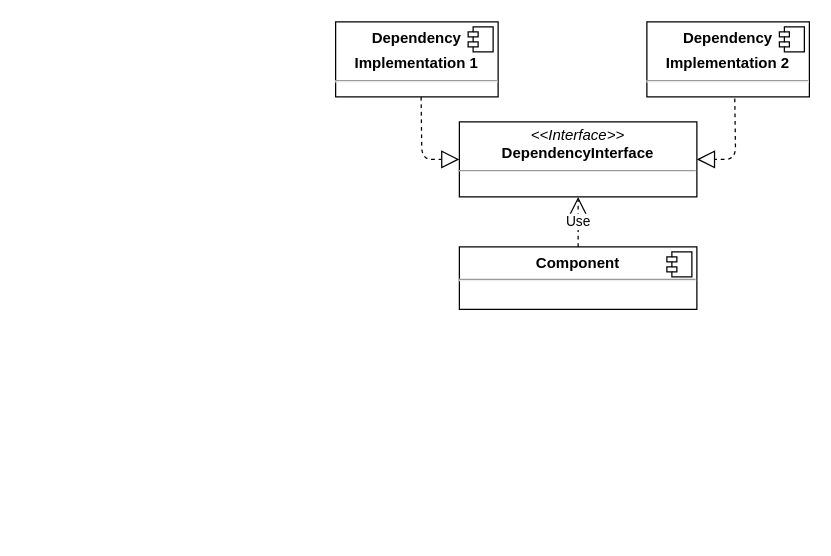
The draw.io diagram content/posts/094-dependencies/diagrams/volatile.drawio in panzerdp/dmitripavlutin.com, before the edit. Source tidied: cells renumbered, new cells numbered last; positions are measured from the earlier drawing's top-left corner, leaving out a move shared by most shapes. Both pictures are drawn from the tidied source at 125%, with x=0, y=0 at pixel (335, 21).
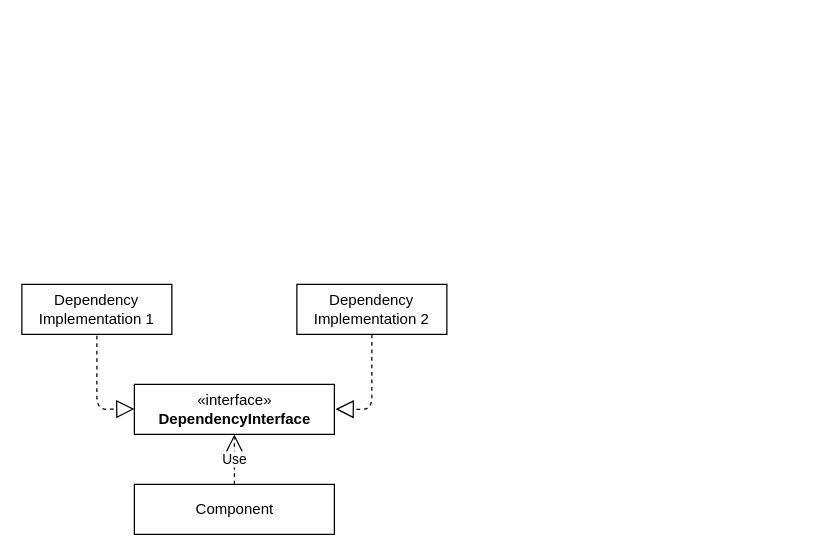
After the change.

Diff of the diagram source:
```diff
@@
 <mxGraphModel>
   <root>
     <mxCell id="0" />
     <mxCell id="1" parent="0" />
-    <mxCell id="2" value="&lt;p style=&quot;margin: 0px ; margin-top: 4px ; text-align: center&quot;&gt;&lt;i&gt;&amp;lt;&amp;lt;Interface&amp;gt;&amp;gt;&lt;/i&gt;&lt;br&gt;&lt;b&gt;DependencyInterface&lt;/b&gt;&lt;/p&gt;&lt;hr size=&quot;1&quot;&gt;" style="verticalAlign=top;align=left;overflow=fill;fontSize=12;fontFamily=Helvetica;html=1;" parent="1" vertex="1">
-      <mxGeometry x="99" y="80" width="190" height="60" as="geometry" />
-    </mxCell>
-    <mxCell id="3" value="&lt;p style=&quot;margin: 0px ; margin-top: 6px ; text-align: center&quot;&gt;&lt;b&gt;Component&lt;/b&gt;&lt;/p&gt;&lt;hr&gt;&lt;p style=&quot;margin: 0px ; margin-left: 8px&quot;&gt;&lt;br&gt;&lt;/p&gt;" style="align=left;overflow=fill;html=1;" parent="1" vertex="1">
-      <mxGeometry x="99" y="180" width="190" height="50" as="geometry" />
+    <mxCell id="3" value="Component" style="html=1;" parent="1" vertex="1">
+      <mxGeometry x="-161" y="370" width="160" height="40" as="geometry" />
     </mxCell>
-    <mxCell id="4" style="shape=component;jettyWidth=8;jettyHeight=4;" parent="3" vertex="1">
-      <mxGeometry x="1" width="20" height="20" relative="1" as="geometry">
-        <mxPoint x="-24" y="4" as="offset" />
-      </mxGeometry>
-    </mxCell>
+    <mxCell id="12" value="«interface»&lt;br&gt;&lt;b&gt;DependencyInterface&lt;/b&gt;" style="html=1;" parent="1" vertex="1">
+      <mxGeometry x="-161" y="290" width="160" height="40" as="geometry" />
+    </mxCell>
+    <mxCell id="6" value="Dependency Implementation 1" style="html=1;whiteSpace=wrap;" parent="1" vertex="1">
+      <mxGeometry x="-251" y="210" width="120" height="40" as="geometry" />
+    </mxCell>
+    <mxCell id="8" value="Dependency Implementation 2" style="html=1;whiteSpace=wrap;" parent="1" vertex="1">
+      <mxGeometry x="-31" y="210" width="120" height="40" as="geometry" />
+    </mxCell>
-    <mxCell id="5" value="Use" style="endArrow=open;endSize=12;dashed=1;html=1;entryX=0.5;entryY=1;entryDx=0;entryDy=0;" parent="1" edge="1" source="3" target="2">
+    <mxCell id="5" value="Use" style="endArrow=open;endSize=12;dashed=1;html=1;entryX=0.5;entryY=1;entryDx=0;entryDy=0;" parent="1" edge="1" source="3" target="12">
       <mxGeometry relative="1" as="geometry" />
     </mxCell>
-    <mxCell id="6" value="&lt;p style=&quot;margin: 0px ; margin-top: 6px ; text-align: center&quot;&gt;&lt;b&gt;Dependency &lt;br&gt;&lt;/b&gt;&lt;/p&gt;&lt;p style=&quot;margin: 0px ; margin-top: 6px ; text-align: center&quot;&gt;&lt;b&gt;Implementation 1&lt;/b&gt;&lt;br&gt;&lt;/p&gt;&lt;hr&gt;&lt;p style=&quot;margin: 0px ; margin-left: 8px&quot;&gt;&lt;br&gt;&lt;/p&gt;" style="align=left;overflow=fill;html=1;" parent="1" vertex="1">
-      <mxGeometry width="130" height="60" as="geometry" />
-    </mxCell>
-    <mxCell id="7" style="shape=component;jettyWidth=8;jettyHeight=4;" parent="6" vertex="1">
-      <mxGeometry x="1" width="20" height="20" relative="1" as="geometry">
-        <mxPoint x="-24" y="4" as="offset" />
-      </mxGeometry>
-    </mxCell>
-    <mxCell id="8" value="&lt;p style=&quot;margin: 0px ; margin-top: 6px ; text-align: center&quot;&gt;&lt;b&gt;Dependency &lt;br&gt;&lt;/b&gt;&lt;/p&gt;&lt;p style=&quot;margin: 0px ; margin-top: 6px ; text-align: center&quot;&gt;&lt;b&gt;Implementation 2&lt;/b&gt;&lt;br&gt;&lt;/p&gt;&lt;hr&gt;&lt;p style=&quot;margin: 0px ; margin-left: 8px&quot;&gt;&lt;br&gt;&lt;/p&gt;" style="align=left;overflow=fill;html=1;" parent="1" vertex="1">
-      <mxGeometry x="249" width="130" height="60" as="geometry" />
-    </mxCell>
-    <mxCell id="9" style="shape=component;jettyWidth=8;jettyHeight=4;" parent="8" vertex="1">
-      <mxGeometry x="1" width="20" height="20" relative="1" as="geometry">
-        <mxPoint x="-24" y="4" as="offset" />
-      </mxGeometry>
-    </mxCell>
-    <mxCell id="10" style="endArrow=block;dashed=1;endFill=0;endSize=12;html=1;exitX=0.526;exitY=1;exitDx=0;exitDy=0;exitPerimeter=0;entryX=0;entryY=0.5;entryDx=0;entryDy=0;" parent="1" edge="1" source="6" target="2">
-      <mxGeometry relative="1" as="geometry">
-        <Array as="points">
-          <mxPoint x="69" y="110" />
-        </Array>
-      </mxGeometry>
-    </mxCell>
-    <mxCell id="11" style="endArrow=block;dashed=1;endFill=0;endSize=12;html=1;entryX=1;entryY=0.5;entryDx=0;entryDy=0;exitX=0.541;exitY=1.022;exitDx=0;exitDy=0;exitPerimeter=0;" parent="1" edge="1" source="8" target="2">
-      <mxGeometry relative="1" as="geometry">
-        <Array as="points">
-          <mxPoint x="320" y="110" />
-        </Array>
-      </mxGeometry>
-    </mxCell>
+    <mxCell id="13" style="endArrow=block;dashed=1;endFill=0;endSize=12;html=1;" parent="1" edge="1">
+      <mxGeometry relative="1" as="geometry">
+        <mxPoint x="-191" y="251" as="sourcePoint" />
+        <mxPoint x="-161" y="309.7" as="targetPoint" />
+        <Array as="points">
+          <mxPoint x="-191" y="310" />
+        </Array>
+      </mxGeometry>
+    </mxCell>
+    <mxCell id="14" style="endArrow=block;dashed=1;endFill=0;endSize=12;html=1;exitX=0.5;exitY=1;exitDx=0;exitDy=0;" parent="1" edge="1" source="8">
+      <mxGeometry relative="1" as="geometry">
+        <mxPoint y="309.8" as="targetPoint" />
+        <Array as="points">
+          <mxPoint x="29" y="310" />
+        </Array>
+      </mxGeometry>
+    </mxCell>
   </root>
 </mxGraphModel>
```
